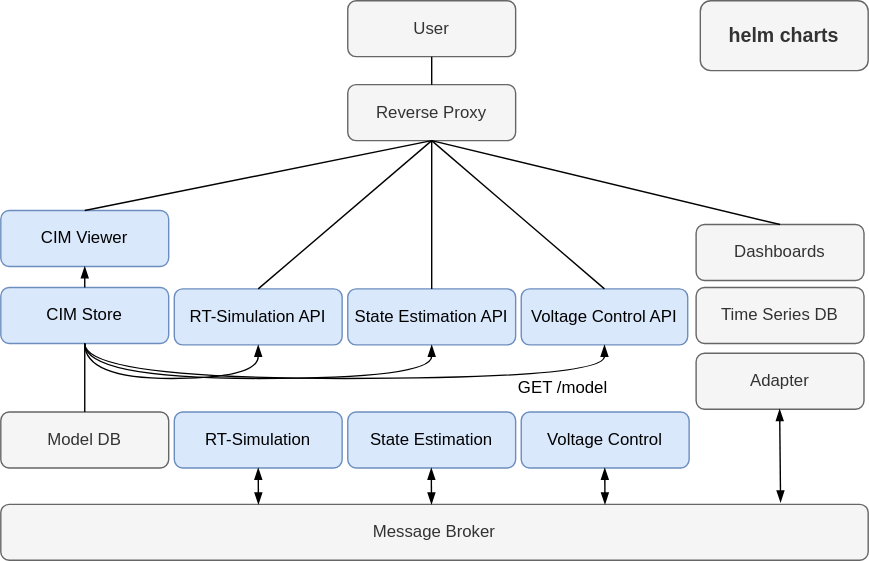
sogno-platform/sogno-platform.github.io keeps this draw.io diagram as static/architecture.svg. Above is the earlier version. Source tidied: cells renumbered, new cells last; positions are measured from the earlier drawing's top-left corner, leaving out a move shared by most shapes.
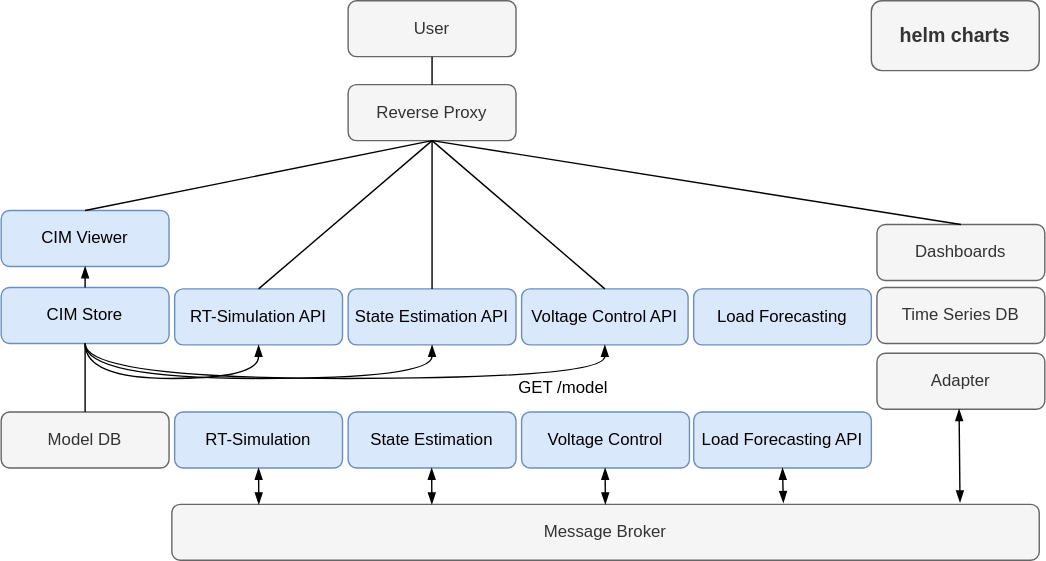
The same diagram one commit later.

Commit message:
update architecture diagram

What changed in the source:
```diff
@@ -24,16 +24,16 @@
       <mxGeometry y="150" width="120" height="40" as="geometry" />
     </mxCell>
     <mxCell id="9" value="Message Broker" style="rounded=1;whiteSpace=wrap;html=1;fillColor=#f5f5f5;strokeColor=#666666;fontColor=#333333;" parent="1" vertex="1">
-      <mxGeometry y="360" width="620" height="40" as="geometry" />
+      <mxGeometry x="122" y="360" width="620" height="40" as="geometry" />
     </mxCell>
     <mxCell id="10" value="Adapter" style="rounded=1;whiteSpace=wrap;html=1;fillColor=#f5f5f5;strokeColor=#666666;fontColor=#333333;" parent="1" vertex="1">
-      <mxGeometry x="497" y="252" width="120" height="40" as="geometry" />
+      <mxGeometry x="626" y="252" width="120" height="40" as="geometry" />
     </mxCell>
     <mxCell id="11" value="Time Series DB" style="rounded=1;whiteSpace=wrap;html=1;fillColor=#f5f5f5;strokeColor=#666666;fontColor=#333333;" parent="1" vertex="1">
-      <mxGeometry x="497" y="205" width="120" height="40" as="geometry" />
+      <mxGeometry x="626" y="205" width="120" height="40" as="geometry" />
     </mxCell>
     <mxCell id="12" value="Dashboards" style="rounded=1;whiteSpace=wrap;html=1;fillColor=#f5f5f5;strokeColor=#666666;fontColor=#333333;" parent="1" vertex="1">
-      <mxGeometry x="497" y="160" width="120" height="40" as="geometry" />
+      <mxGeometry x="626" y="160" width="120" height="40" as="geometry" />
     </mxCell>
     <mxCell id="13" value="&lt;a href=&quot;https://github.com/sogno-platform/covee-service&quot;&gt;Voltage Control API&lt;/a&gt;" style="rounded=1;whiteSpace=wrap;html=1;fillColor=#dae8fc;strokeColor=#6c8ebf;" parent="1" vertex="1">
       <mxGeometry x="372" y="206" width="119" height="40" as="geometry" />
@@ -41,14 +41,17 @@
     <mxCell id="14" value="&lt;a href=&quot;https://github.com/sogno-platform/covee&quot;&gt;Voltage Control&lt;/a&gt;" style="rounded=1;whiteSpace=wrap;html=1;fillColor=#dae8fc;strokeColor=#6c8ebf;" parent="1" vertex="1">
       <mxGeometry x="372" y="294" width="120" height="40" as="geometry" />
     </mxCell>
-    <mxCell id="15" style="endArrow=blockThin;startArrow=blockThin;html=1;startFill=1;endFill=1;exitX=0.5;exitY=1;exitDx=0;exitDy=0;entryX=0.297;entryY=0;entryDx=0;entryDy=0;entryPerimeter=0;" parent="1" edge="1" source="2" target="9">
-      <mxGeometry relative="1" as="geometry" />
-    </mxCell>
-    <mxCell id="16" style="endArrow=blockThin;startArrow=blockThin;html=1;exitX=0.5;exitY=1;exitDx=0;exitDy=0;startFill=1;endFill=1;entryX=0.899;entryY=-0.036;entryDx=0;entryDy=0;entryPerimeter=0;" parent="1" edge="1" target="9">
-      <mxGeometry relative="1" as="geometry">
-        <mxPoint x="556.7" y="292" as="sourcePoint" />
-      </mxGeometry>
-    </mxCell>
+    <mxCell id="34" style="endArrow=blockThin;startArrow=blockThin;html=1;startFill=1;endFill=1;exitX=0.5;exitY=1;exitDx=0;exitDy=0;entryX=0.297;entryY=0;entryDx=0;entryDy=0;entryPerimeter=0;" parent="1" edge="1" source="2">
+      <mxGeometry relative="1" as="geometry">
+        <mxPoint x="184.1" y="360" as="targetPoint" />
+      </mxGeometry>
+    </mxCell>
+    <mxCell id="35" style="endArrow=blockThin;startArrow=blockThin;html=1;exitX=0.5;exitY=1;exitDx=0;exitDy=0;startFill=1;endFill=1;entryX=0.899;entryY=-0.036;entryDx=0;entryDy=0;entryPerimeter=0;" parent="1" edge="1">
+      <mxGeometry relative="1" as="geometry">
+        <mxPoint x="684.7" y="292" as="sourcePoint" />
+        <mxPoint x="685.4" y="358.6" as="targetPoint" />
+      </mxGeometry>
+    </mxCell>
     <mxCell id="17" style="endArrow=blockThin;startArrow=none;html=1;exitX=0.5;exitY=1;exitDx=0;exitDy=0;startFill=0;endFill=1;edgeStyle=orthogonalEdgeStyle;curved=1;entryX=0.5;entryY=1;entryDx=0;entryDy=0;" parent="1" edge="1" source="6" target="3">
       <mxGeometry relative="1" as="geometry">
         <Array as="points">
@@ -82,18 +85,18 @@
     <mxCell id="22" style="endArrow=none;html=1;entryX=0.5;entryY=1;entryDx=0;entryDy=0;exitX=0.5;exitY=0;exitDx=0;exitDy=0;" parent="1" edge="1" source="7" target="6">
       <mxGeometry relative="1" as="geometry" />
     </mxCell>
-    <mxCell id="23" style="endArrow=blockThin;startArrow=blockThin;html=1;startFill=1;endFill=1;exitX=0.5;exitY=1;exitDx=0;exitDy=0;entryX=0.297;entryY=0;entryDx=0;entryDy=0;entryPerimeter=0;" parent="1" edge="1">
-      <mxGeometry relative="1" as="geometry">
-        <mxPoint x="307.7" y="334" as="sourcePoint" />
-        <mxPoint x="307.8" y="360" as="targetPoint" />
-      </mxGeometry>
-    </mxCell>
-    <mxCell id="24" style="endArrow=blockThin;startArrow=blockThin;html=1;startFill=1;endFill=1;exitX=0.5;exitY=1;exitDx=0;exitDy=0;entryX=0.297;entryY=0;entryDx=0;entryDy=0;entryPerimeter=0;" parent="1" edge="1">
-      <mxGeometry relative="1" as="geometry">
-        <mxPoint x="431.7" y="334" as="sourcePoint" />
-        <mxPoint x="431.8" y="360" as="targetPoint" />
-      </mxGeometry>
-    </mxCell>
+    <mxCell id="36" style="endArrow=blockThin;startArrow=blockThin;html=1;startFill=1;endFill=1;exitX=0.5;exitY=1;exitDx=0;exitDy=0;entryX=0.297;entryY=0;entryDx=0;entryDy=0;entryPerimeter=0;" parent="1" edge="1">
+      <mxGeometry relative="1" as="geometry">
+        <mxPoint x="307.7" y="334" as="sourcePoint" />
+        <mxPoint x="307.8" y="360" as="targetPoint" />
+      </mxGeometry>
+    </mxCell>
+    <mxCell id="37" style="endArrow=blockThin;startArrow=blockThin;html=1;startFill=1;endFill=1;exitX=0.5;exitY=1;exitDx=0;exitDy=0;entryX=0.297;entryY=0;entryDx=0;entryDy=0;entryPerimeter=0;" parent="1" edge="1">
+      <mxGeometry relative="1" as="geometry">
+        <mxPoint x="431.7" y="334" as="sourcePoint" />
+        <mxPoint x="431.8" y="360" as="targetPoint" />
+      </mxGeometry>
+    </mxCell>
     <mxCell id="25" value="Reverse Proxy" style="rounded=1;whiteSpace=wrap;html=1;fillColor=#f5f5f5;strokeColor=#666666;fontColor=#333333;" parent="1" vertex="1">
       <mxGeometry x="248" y="60" width="120" height="40" as="geometry" />
     </mxCell>
@@ -119,7 +122,16 @@
       <mxGeometry relative="1" as="geometry" />
     </mxCell>
     <mxCell id="33" value="&lt;a href=&quot;https://github.com/sogno-platform/helm-charts&quot;&gt;helm charts&lt;/a&gt;" style="rounded=1;whiteSpace=wrap;html=1;fillColor=#f5f5f5;strokeColor=#666666;fontColor=#333333;fontSize=14;fontStyle=1;" parent="1" vertex="1">
-      <mxGeometry x="500" width="120" height="50" as="geometry" />
+      <mxGeometry x="622" width="120" height="50" as="geometry" />
     </mxCell>
+    <mxCell id="38" value="&lt;a href=&quot;https://github.com/sogno-platform/proloaf&quot;&gt;Load Forecasting&lt;/a&gt;" style="rounded=1;whiteSpace=wrap;html=1;fillColor=#dae8fc;strokeColor=#6c8ebf;" parent="1" vertex="1">
+      <mxGeometry x="495" y="206" width="127" height="40" as="geometry" />
+    </mxCell>
+    <mxCell id="39" value="Load Forecasting API" style="rounded=1;whiteSpace=wrap;html=1;fillColor=#dae8fc;strokeColor=#6c8ebf;" parent="1" vertex="1">
+      <mxGeometry x="495" y="294" width="127" height="40" as="geometry" />
+    </mxCell>
+    <mxCell id="40" style="endArrow=blockThin;startArrow=blockThin;html=1;startFill=1;endFill=1;exitX=0.5;exitY=1;exitDx=0;exitDy=0;entryX=0.705;entryY=-0.025;entryDx=0;entryDy=0;entryPerimeter=0;" parent="1" edge="1" source="39" target="9">
+      <mxGeometry relative="1" as="geometry" />
+    </mxCell>
   </root>
 </mxGraphModel>
```
